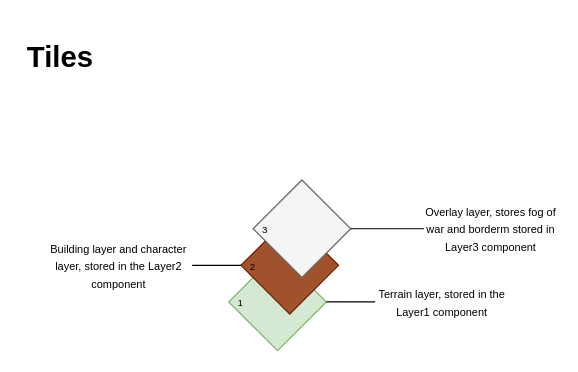
The draw.io diagram draw.io/Tile Layers.drawio in bezmuth/civ-like-a, before the edit. Source tidied: cells renumbered, new cells numbered last; positions are measured from the earlier drawing's top-left corner, leaving out a move shared by most shapes. Both pictures are drawn from the tidied source at 122%, with x=0, y=0 at pixel (21, 33).
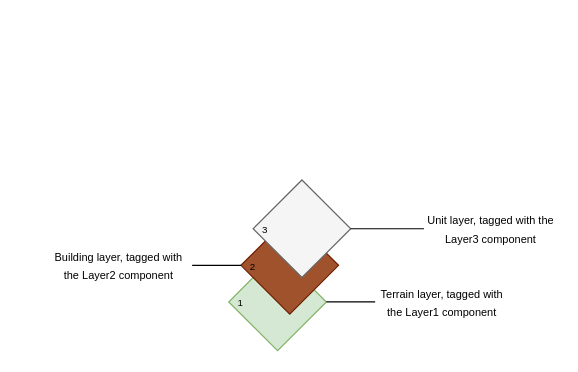
After the change.

What changed in the source:
```diff
@@
 <mxGraphModel>
   <root>
     <mxCell id="0" />
     <mxCell id="1" parent="0" />
     <mxCell id="2" style="rhombus;whiteSpace=wrap;html=1;fillColor=#d5e8d4;strokeColor=#82b366;" parent="1" vertex="1">
       <mxGeometry x="170" y="180" width="80" height="80" as="geometry" />
     </mxCell>
     <mxCell id="3" style="rhombus;whiteSpace=wrap;html=1;fillColor=#a0522d;strokeColor=#6D1F00;fontColor=#ffffff;" parent="1" vertex="1">
       <mxGeometry x="180" y="150" width="80" height="80" as="geometry" />
     </mxCell>
     <mxCell id="4" style="rhombus;whiteSpace=wrap;html=1;fillColor=#f5f5f5;strokeColor=#666666;fontColor=#333333;" parent="1" vertex="1">
       <mxGeometry x="190" y="120" width="80" height="80" as="geometry" />
     </mxCell>
     <mxCell id="5" style="endArrow=none;html=1;exitX=1;exitY=0.5;exitDx=0;exitDy=0;" parent="1" edge="1" source="2" target="6">
       <mxGeometry relative="1" as="geometry" />
     </mxCell>
-    <mxCell id="6" value="&lt;font style=&quot;font-size: 9px&quot;&gt;Terrain layer, stored in the Layer1 component&lt;/font&gt;" style="text;html=1;strokeColor=none;fillColor=none;align=center;verticalAlign=middle;whiteSpace=wrap;rounded=0;" parent="1" vertex="1">
+    <mxCell id="6" value="&lt;font style=&quot;font-size: 9px&quot;&gt;Terrain layer, tagged with the Layer1 component&lt;/font&gt;" style="text;html=1;strokeColor=none;fillColor=none;align=center;verticalAlign=middle;whiteSpace=wrap;rounded=0;" parent="1" vertex="1">
       <mxGeometry x="290" y="205" width="110" height="30" as="geometry" />
     </mxCell>
-    <mxCell id="7" value="&lt;font style=&quot;font-size: 9px&quot;&gt;Building layer and character layer, stored in the Layer2 component&lt;/font&gt;" style="text;html=1;strokeColor=none;fillColor=none;align=center;verticalAlign=middle;whiteSpace=wrap;rounded=0;" parent="1" vertex="1">
+    <mxCell id="7" value="&lt;span style=&quot;font-size: 9px&quot;&gt;Building layer, tagged with the Layer2 component&lt;/span&gt;" style="text;html=1;strokeColor=none;fillColor=none;align=center;verticalAlign=middle;whiteSpace=wrap;rounded=0;" parent="1" vertex="1">
       <mxGeometry x="20" y="170" width="120" height="40" as="geometry" />
     </mxCell>
     <mxCell id="8" style="endArrow=none;html=1;entryX=0;entryY=0.5;entryDx=0;entryDy=0;exitX=1;exitY=0.5;exitDx=0;exitDy=0;" parent="1" edge="1" source="7" target="3">
       <mxGeometry relative="1" as="geometry" />
     </mxCell>
     <mxCell id="9" style="endArrow=none;html=1;" parent="1" edge="1">
       <mxGeometry relative="1" as="geometry">
         <mxPoint x="270" y="160" as="sourcePoint" />
         <mxPoint x="330" y="160" as="targetPoint" />
       </mxGeometry>
     </mxCell>
-    <mxCell id="10" value="&lt;font style=&quot;font-size: 9px&quot;&gt;Overlay layer, stores fog of war and borderm stored in Layer3 component&lt;/font&gt;" style="text;html=1;strokeColor=none;fillColor=none;align=center;verticalAlign=middle;whiteSpace=wrap;rounded=0;" parent="1" vertex="1">
+    <mxCell id="10" value="&lt;span style=&quot;font-size: 9px&quot;&gt;Unit layer, tagged with the Layer3 component&lt;/span&gt;" style="text;html=1;strokeColor=none;fillColor=none;align=center;verticalAlign=middle;whiteSpace=wrap;rounded=0;" parent="1" vertex="1">
       <mxGeometry x="330" y="140" width="110" height="40" as="geometry" />
     </mxCell>
     <mxCell id="11" value="&lt;font style=&quot;font-size: 8px&quot;&gt;1&lt;/font&gt;" style="text;html=1;strokeColor=none;fillColor=none;align=center;verticalAlign=middle;whiteSpace=wrap;rounded=0;" parent="1" vertex="1">
       <mxGeometry x="170" y="210" width="20" height="20" as="geometry" />
     </mxCell>
     <mxCell id="12" value="&lt;font style=&quot;font-size: 8px&quot;&gt;2&lt;/font&gt;" style="text;html=1;strokeColor=none;fillColor=none;align=center;verticalAlign=middle;whiteSpace=wrap;rounded=0;" parent="1" vertex="1">
       <mxGeometry x="180" y="180" width="20" height="20" as="geometry" />
     </mxCell>
     <mxCell id="13" value="&lt;font style=&quot;font-size: 8px&quot;&gt;3&lt;/font&gt;" style="text;html=1;strokeColor=none;fillColor=none;align=center;verticalAlign=middle;whiteSpace=wrap;rounded=0;" parent="1" vertex="1">
       <mxGeometry x="190" y="150" width="20" height="20" as="geometry" />
     </mxCell>
-    <mxCell id="14" value="&lt;h1&gt;&lt;span&gt;Tiles&lt;/span&gt;&lt;/h1&gt;&lt;h1&gt;&lt;br style=&quot;font-size: 12px&quot;&gt;&lt;/h1&gt;" style="text;html=1;strokeColor=none;fillColor=none;spacing=5;spacingTop=-20;whiteSpace=wrap;overflow=hidden;rounded=0;" parent="1" vertex="1">
-      <mxGeometry width="190" height="120" as="geometry" />
-    </mxCell>
   </root>
 </mxGraphModel>
```
